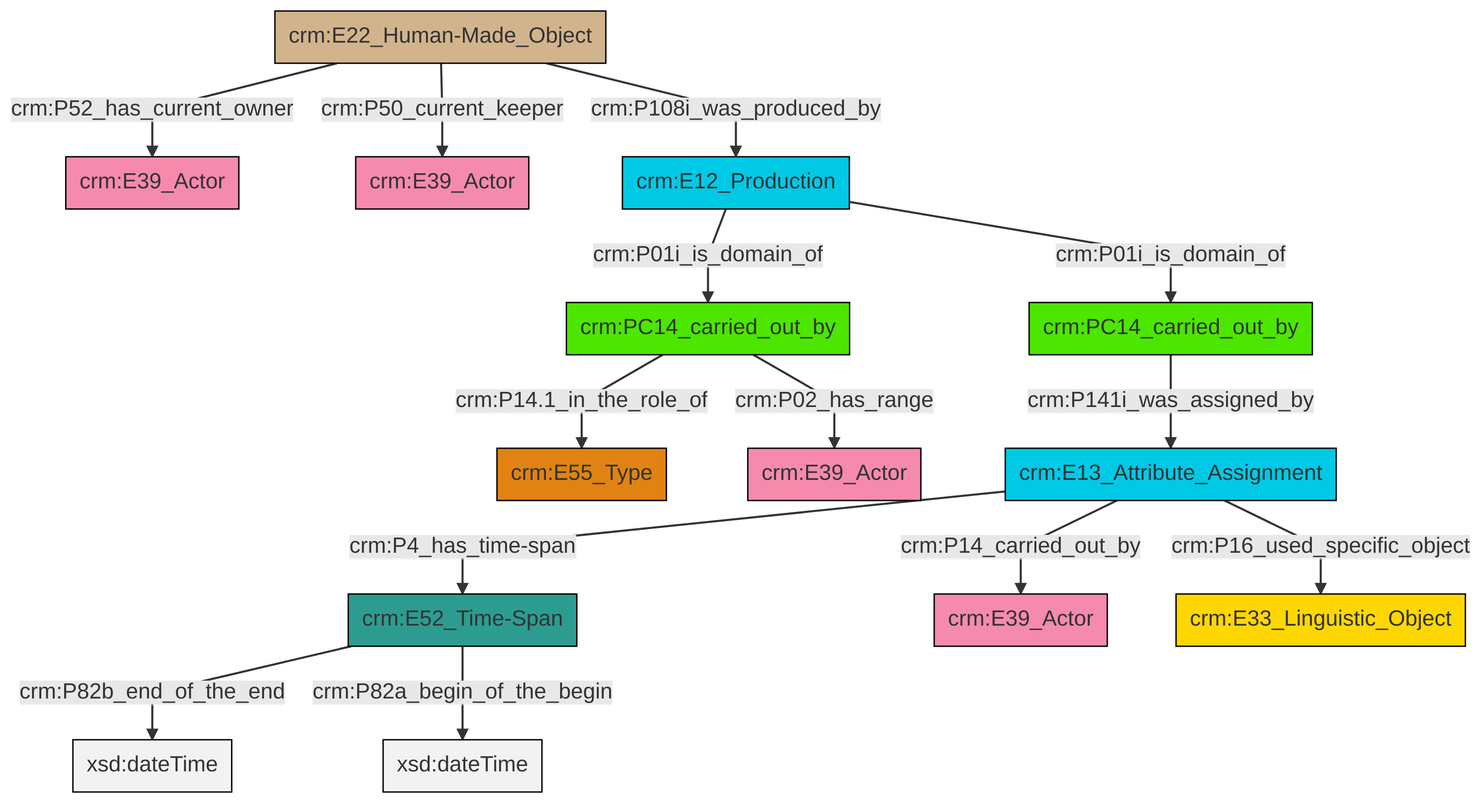
Earlier version of the Mermaid export et/carrierCSV/ttl/mmd/png/carrier_relations.png (swiss-art-research-net/docs.swissartresearch). Its source is kept beside it as et/carrierCSV/ttl/mmd/carrier_relations.ttl.mmd.
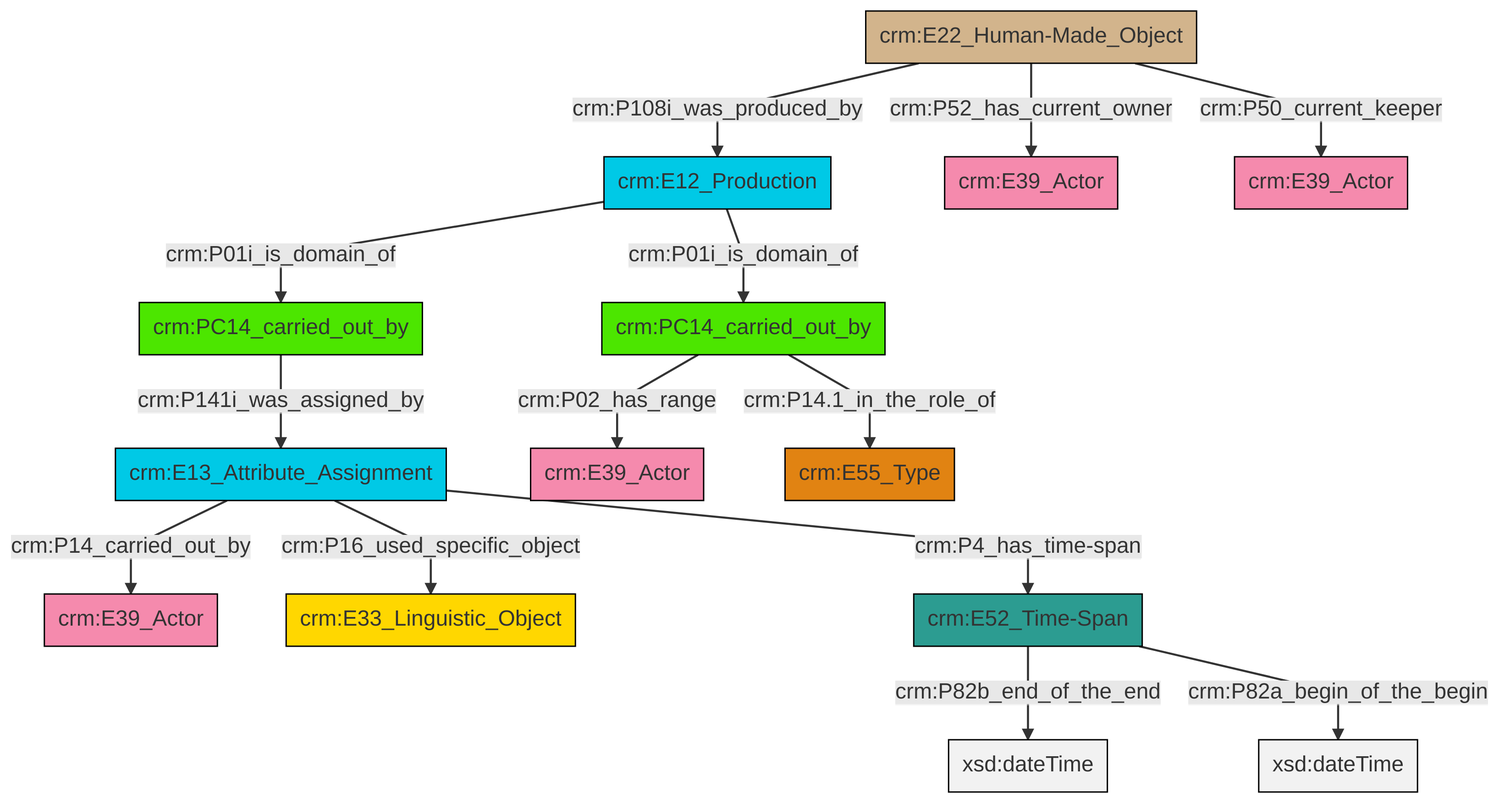
Later version of the same file.

The edit, as a diff of the source:
```diff
@@ -13,16 +13,16 @@
 classDef PC_Classes fill:#4ce600, stroke:#000000;
 classDef Multi fill:#cccccc,stroke:#000000;
 
-0["crm:E22_Human-Made_Object"]:::Physical_Thing -->|crm:P52_has_current_owner| 1["crm:E39_Actor"]:::Actor
-12["crm:E13_Attribute_Assignment"]:::Temporal_Entity -->|crm:P4_has_time-span| 13["crm:E52_Time-Span"]:::Time-Span
-9["crm:PC14_carried_out_by"]:::PC_Classes -->|crm:P14.1_in_the_role_of| 3["crm:E55_Type"]:::Type
-0["crm:E22_Human-Made_Object"]:::Physical_Thing -->|crm:P50_current_keeper| 14["crm:E39_Actor"]:::Actor
-9["crm:PC14_carried_out_by"]:::PC_Classes -->|crm:P02_has_range| 15["crm:E39_Actor"]:::Actor
-16["crm:E12_Production"]:::Temporal_Entity -->|crm:P01i_is_domain_of| 9["crm:PC14_carried_out_by"]:::PC_Classes
-13["crm:E52_Time-Span"]:::Time-Span -->|crm:P82b_end_of_the_end| 19[xsd:dateTime]:::Literal
-16["crm:E12_Production"]:::Temporal_Entity -->|crm:P01i_is_domain_of| 5["crm:PC14_carried_out_by"]:::PC_Classes
-12["crm:E13_Attribute_Assignment"]:::Temporal_Entity -->|crm:P14_carried_out_by| 7["crm:E39_Actor"]:::Actor
-12["crm:E13_Attribute_Assignment"]:::Temporal_Entity -->|crm:P16_used_specific_object| 22["crm:E33_Linguistic_Object"]:::Conceptual_Object
-5["crm:PC14_carried_out_by"]:::PC_Classes -->|crm:P141i_was_assigned_by| 12["crm:E13_Attribute_Assignment"]:::Temporal_Entity
-0["crm:E22_Human-Made_Object"]:::Physical_Thing -->|crm:P108i_was_produced_by| 16["crm:E12_Production"]:::Temporal_Entity
-13["crm:E52_Time-Span"]:::Time-Span -->|crm:P82a_begin_of_the_begin| 25[xsd:dateTime]:::Literal
+4["crm:E12_Production"]:::Temporal_Entity -->|crm:P01i_is_domain_of| 2["crm:PC14_carried_out_by"]:::PC_Classes
+6["crm:E13_Attribute_Assignment"]:::Temporal_Entity -->|crm:P14_carried_out_by| 0["crm:E39_Actor"]:::Actor
+6["crm:E13_Attribute_Assignment"]:::Temporal_Entity -->|crm:P16_used_specific_object| 7["crm:E33_Linguistic_Object"]:::Conceptual_Object
+8["crm:E22_Human-Made_Object"]:::Physical_Thing -->|crm:P52_has_current_owner| 9["crm:E39_Actor"]:::Actor
+8["crm:E22_Human-Made_Object"]:::Physical_Thing -->|crm:P108i_was_produced_by| 4["crm:E12_Production"]:::Temporal_Entity
+10["crm:E52_Time-Span"]:::Time-Span -->|crm:P82b_end_of_the_end| 11[xsd:dateTime]:::Literal
+10["crm:E52_Time-Span"]:::Time-Span -->|crm:P82a_begin_of_the_begin| 12[xsd:dateTime]:::Literal
+4["crm:E12_Production"]:::Temporal_Entity -->|crm:P01i_is_domain_of| 17["crm:PC14_carried_out_by"]:::PC_Classes
+8["crm:E22_Human-Made_Object"]:::Physical_Thing -->|crm:P50_current_keeper| 21["crm:E39_Actor"]:::Actor
+17["crm:PC14_carried_out_by"]:::PC_Classes -->|crm:P02_has_range| 13["crm:E39_Actor"]:::Actor
+17["crm:PC14_carried_out_by"]:::PC_Classes -->|crm:P14.1_in_the_role_of| 15["crm:E55_Type"]:::Type
+6["crm:E13_Attribute_Assignment"]:::Temporal_Entity -->|crm:P4_has_time-span| 10["crm:E52_Time-Span"]:::Time-Span
+2["crm:PC14_carried_out_by"]:::PC_Classes -->|crm:P141i_was_assigned_by| 6["crm:E13_Attribute_Assignment"]:::Temporal_Entity
```
